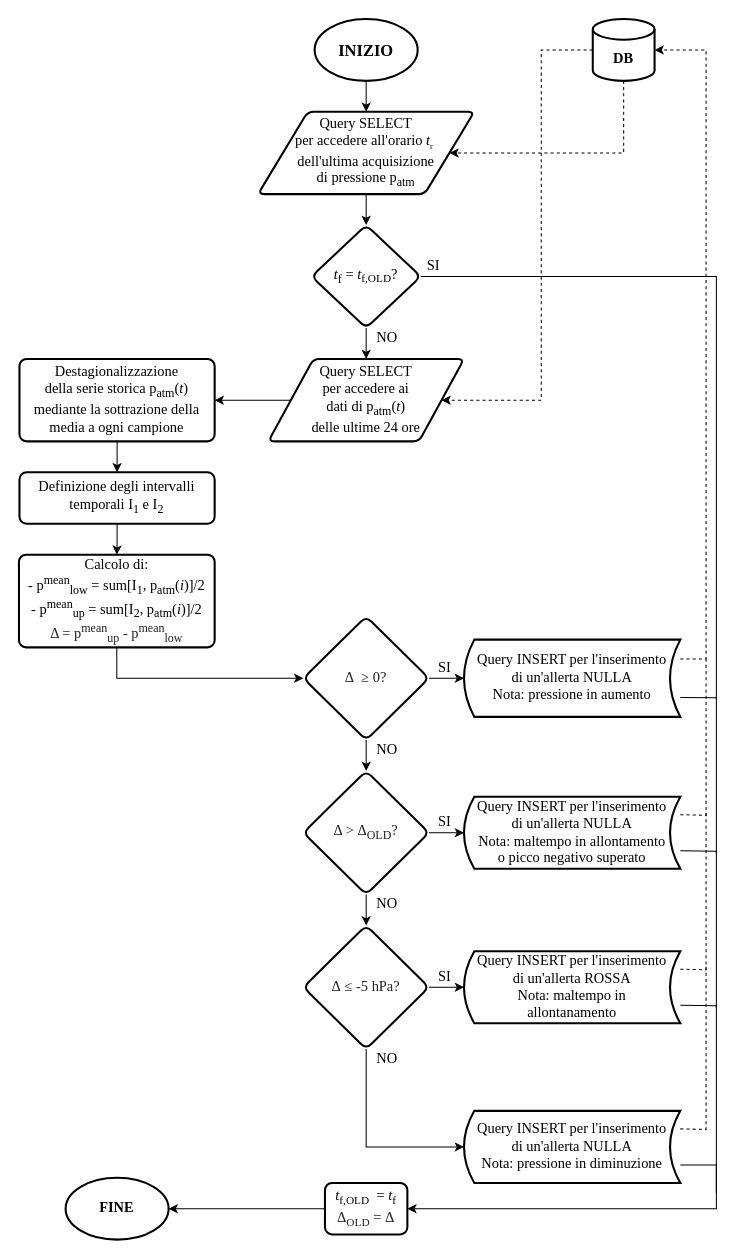
matteoverzeroli/LVSEmergency keeps this draw.io diagram as Iterazioni/Documentazione/Iterazione 3/OtherFiles/FC - Generatore allerte BW.drawio. Above is the earlier version. Source tidied: cells renumbered, new cells numbered last; positions are measured from the earlier drawing's top-left corner, leaving out a move shared by most shapes. Both pictures are drawn from the tidied source at 103%, with x=0, y=0 at pixel (19, 19).
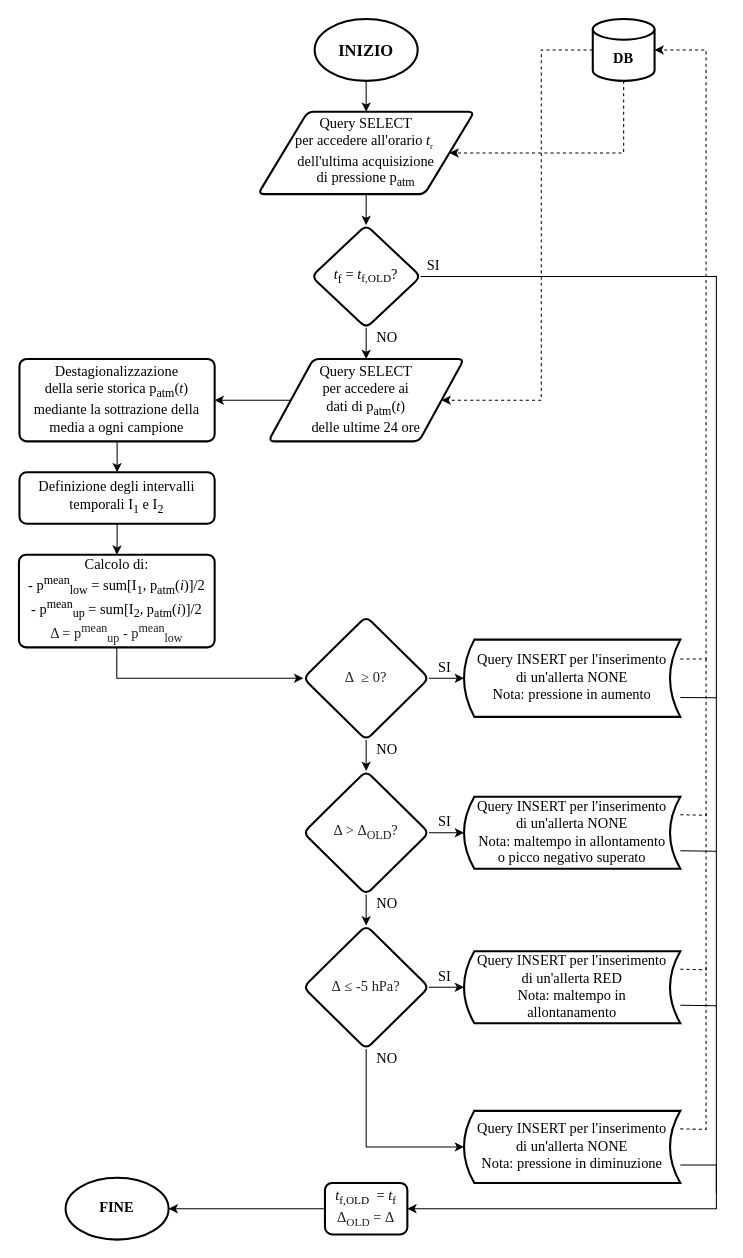
The same diagram, later.

Diff of the diagram source:
```diff
@@
-    <mxCell id="38" value="Query INSERT per l'inserimento &lt;br&gt;di un'allerta NULLA&lt;br&gt;Nota: maltempo in allontamento &lt;br&gt;o picco negativo superato" style="shape=dataStorage;whiteSpace=wrap;html=1;fixedSize=1;fontFamily=Times New Roman;fontSize=14;size=10;strokeWidth=2;" parent="1" vertex="1">
+    <mxCell id="38" value="Query INSERT per l'inserimento &lt;br&gt;di un'allerta NONE&lt;br&gt;Nota: maltempo in allontamento &lt;br&gt;o picco negativo superato" style="shape=dataStorage;whiteSpace=wrap;html=1;fixedSize=1;fontFamily=Times New Roman;fontSize=14;size=10;strokeWidth=2;" parent="1" vertex="1">
       <mxGeometry x="432" y="755" width="210" height="70" as="geometry" />
     </mxCell>
@@
-    <mxCell id="40" value="Query INSERT per l'inserimento &lt;br&gt;di un'allerta NULLA&lt;br&gt;Nota: pressione in diminuzione" style="shape=dataStorage;whiteSpace=wrap;html=1;fixedSize=1;fontFamily=Times New Roman;fontSize=14;size=10;strokeWidth=2;" parent="1" vertex="1">
+    <mxCell id="40" value="Query INSERT per l'inserimento &lt;br&gt;di un'allerta NONE&lt;br&gt;Nota: pressione in diminuzione" style="shape=dataStorage;whiteSpace=wrap;html=1;fixedSize=1;fontFamily=Times New Roman;fontSize=14;size=10;strokeWidth=2;" parent="1" vertex="1">
       <mxGeometry x="432" y="1060" width="210" height="70" as="geometry" />
     </mxCell>
@@
-    <mxCell id="43" value="&lt;span&gt;Query INSERT per l'inserimento&lt;/span&gt;&lt;br&gt;&lt;span&gt;di un'allerta NULLA&lt;/span&gt;&lt;br&gt;&lt;span&gt;Nota: pressione in aumento&lt;/span&gt;" style="shape=dataStorage;whiteSpace=wrap;html=1;fixedSize=1;fontFamily=Times New Roman;fontSize=14;size=10;strokeWidth=2;" parent="1" vertex="1">
+    <mxCell id="43" value="&lt;span&gt;Query INSERT per l'inserimento&lt;/span&gt;&lt;br&gt;&lt;span&gt;di un'allerta NONE&lt;/span&gt;&lt;br&gt;&lt;span&gt;Nota: pressione in aumento&lt;/span&gt;" style="shape=dataStorage;whiteSpace=wrap;html=1;fixedSize=1;fontFamily=Times New Roman;fontSize=14;size=10;strokeWidth=2;" parent="1" vertex="1">
       <mxGeometry x="432" y="602.5" width="210" height="75" as="geometry" />
     </mxCell>
-    <mxCell id="44" value="&lt;span&gt;Query INSERT per l'inserimento&lt;/span&gt;&lt;br&gt;&lt;span&gt;di un'allerta ROSSA&lt;/span&gt;&lt;br&gt;&lt;span&gt;Nota: maltempo in&lt;/span&gt;&lt;br&gt;&lt;span&gt;allontanamento&lt;/span&gt;" style="shape=dataStorage;whiteSpace=wrap;html=1;fixedSize=1;fontFamily=Times New Roman;fontSize=14;size=10;strokeWidth=2;" parent="1" vertex="1">
+    <mxCell id="44" value="&lt;span&gt;Query INSERT per l'inserimento&lt;/span&gt;&lt;br&gt;&lt;span&gt;di un'allerta RED&lt;/span&gt;&lt;br&gt;&lt;span&gt;Nota: maltempo in&lt;/span&gt;&lt;br&gt;&lt;span&gt;allontanamento&lt;/span&gt;" style="shape=dataStorage;whiteSpace=wrap;html=1;fixedSize=1;fontFamily=Times New Roman;fontSize=14;size=10;strokeWidth=2;" parent="1" vertex="1">
       <mxGeometry x="432" y="905" width="210" height="70" as="geometry" />
     </mxCell>
```
